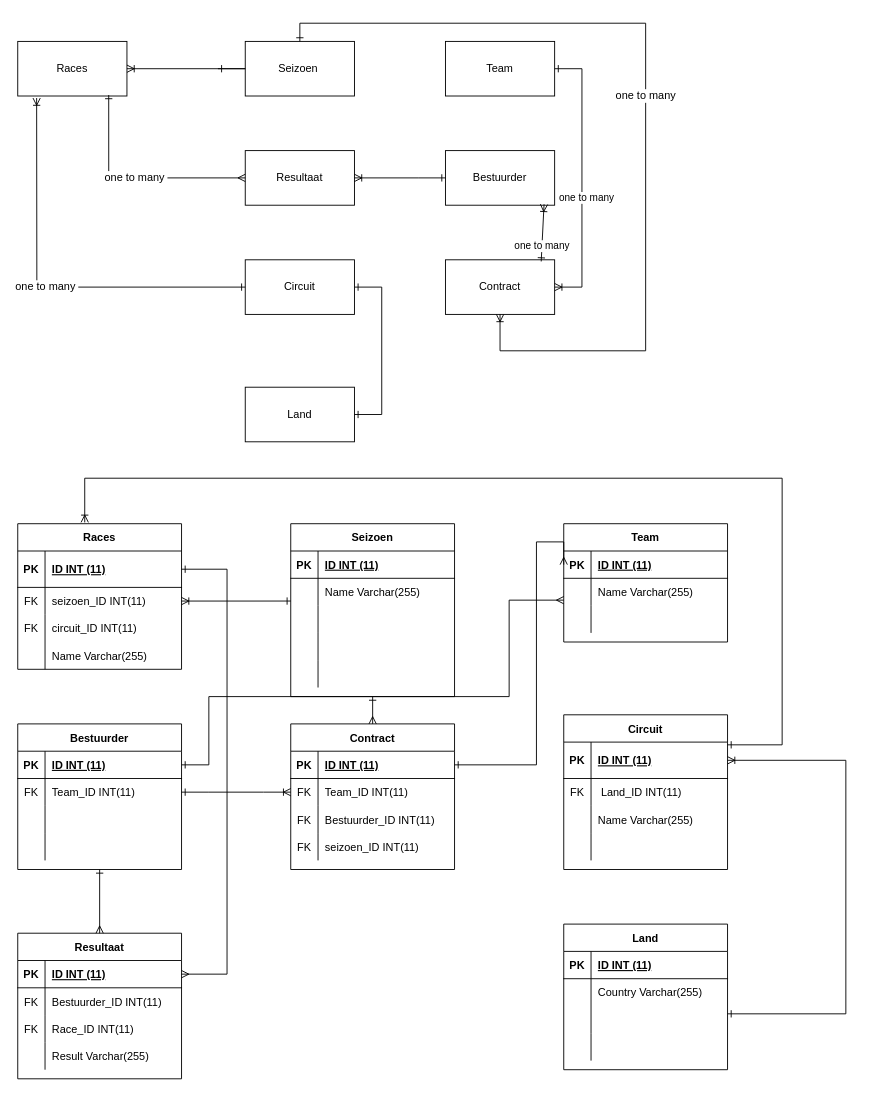
Above: Untitled Diagram.drawio in Thijmen-Stegenga/ERD (draw.io), before the change. Source tidied: cells renumbered, new cells numbered last; positions are measured from the earlier drawing's top-left corner, leaving out a move shared by most shapes. Both pictures are drawn from the tidied source at 91%, with x=0, y=0 at pixel (17, 23).
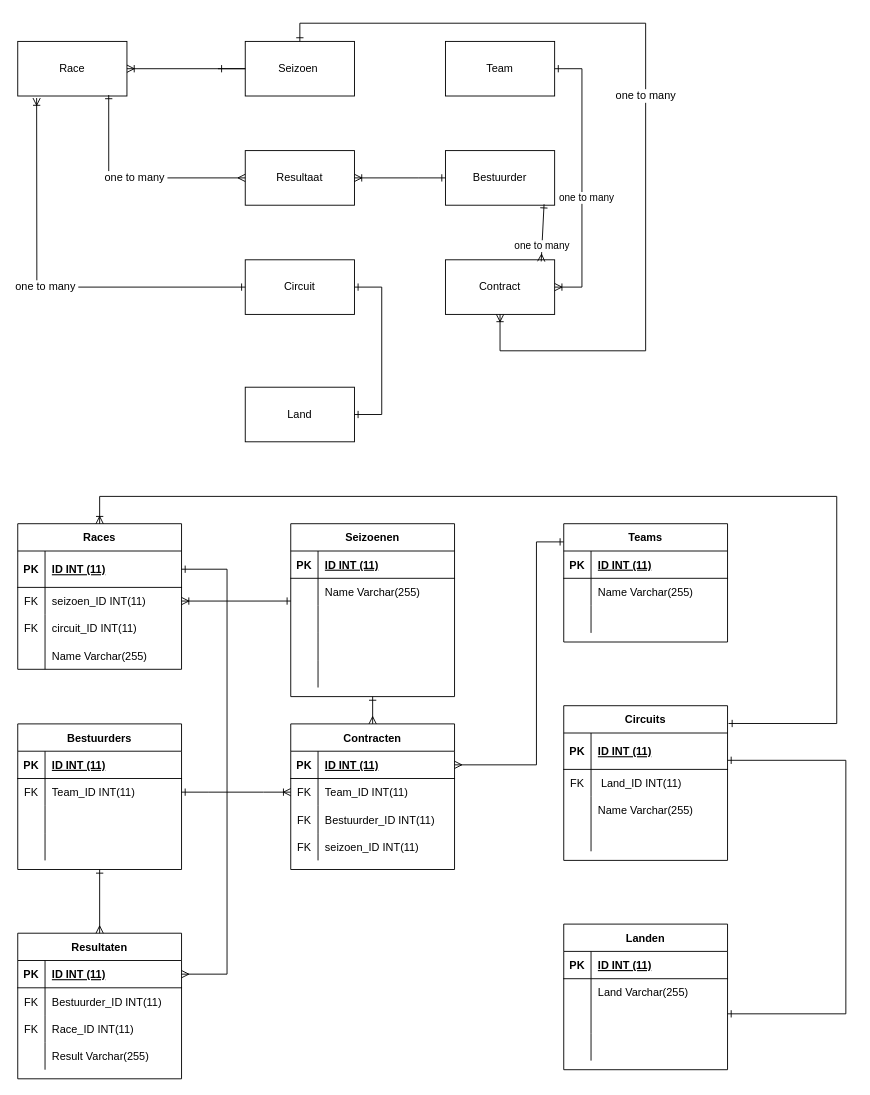
The same diagram, later.

The change refers to these unchanged cells:
```xml
<mxCell id="4" value="Bestuurder" style="rounded=0;whiteSpace=wrap;html=1;" parent="1" vertex="1">
  <mxGeometry x="470" y="140" width="120" height="60" as="geometry" />
</mxCell>
<mxCell id="5" value="Contract" style="rounded=0;whiteSpace=wrap;html=1;" parent="1" vertex="1">
  <mxGeometry x="470" y="260" width="120" height="60" as="geometry" />
</mxCell>
<mxCell id="19" value="Races" style="shape=table;startSize=30;childLayout=tableLayout;rowLines=0;fontStyle=1;align=center;" parent="1" vertex="1">
  <mxGeometry y="550" width="180" height="160" as="geometry" />
</mxCell>
<mxCell id="33" style="shape=tableRow;horizontal=0;startSize=0;swimlaneHead=0;swimlaneBody=0;fillColor=none;points=[[0,0.5],[1,0.5]];portConstraint=eastwest;top=0;left=0;right=0;bottom=1;" parent="32" vertex="1">
  <mxGeometry y="30" width="180" height="40" as="geometry" />
</mxCell>
<mxCell id="49" style="shape=tableRow;horizontal=0;startSize=0;swimlaneHead=0;swimlaneBody=0;fillColor=none;top=0;left=0;right=0;bottom=0;" parent="45" vertex="1">
  <mxGeometry y="60" width="180" height="30" as="geometry" />
</mxCell>
<mxCell id="52" style="shape=tableRow;horizontal=0;startSize=0;swimlaneHead=0;swimlaneBody=0;fillColor=none;points=[[0,0.5],[1,0.5]];portConstraint=eastwest;top=0;left=0;right=0;bottom=0;" parent="45" vertex="1">
  <mxGeometry y="90" width="180" height="30" as="geometry" />
</mxCell>
<mxCell id="75" style="shape=tableRow;horizontal=0;startSize=0;swimlaneHead=0;swimlaneBody=0;fillColor=none;points=[[0,0.5],[1,0.5]];portConstraint=eastwest;top=0;left=0;right=0;bottom=1;" parent="74" vertex="1">
  <mxGeometry y="30" width="180" height="30" as="geometry" />
</mxCell>
<mxCell id="78" style="shape=tableRow;horizontal=0;startSize=0;swimlaneHead=0;swimlaneBody=0;fillColor=none;points=[[0,0.5],[1,0.5]];portConstraint=eastwest;top=0;left=0;right=0;bottom=0;" parent="74" vertex="1">
  <mxGeometry y="60" width="180" height="30" as="geometry" />
</mxCell>
<mxCell id="85" style="shape=tableRow;horizontal=0;startSize=0;swimlaneHead=0;swimlaneBody=0;fillColor=none;points=[[0,0.5],[1,0.5]];portConstraint=eastwest;top=0;left=0;right=0;bottom=1;" parent="84" vertex="1">
  <mxGeometry y="30" width="180" height="30" as="geometry" />
</mxCell>
<mxCell id="98" style="shape=tableRow;horizontal=0;startSize=0;swimlaneHead=0;swimlaneBody=0;fillColor=none;points=[[0,0.5],[1,0.5]];portConstraint=eastwest;top=0;left=0;right=0;bottom=1;" parent="97" vertex="1">
  <mxGeometry y="30" width="180" height="30" as="geometry" />
</mxCell>
```

Change to the diagram source:
```diff
@@
-    <mxCell id="2" value="Races" style="rounded=0;whiteSpace=wrap;html=1;" parent="1" vertex="1">
+    <mxCell id="2" value="Race" style="rounded=0;whiteSpace=wrap;html=1;" parent="1" vertex="1">
       <mxGeometry y="20" width="120" height="60" as="geometry" />
     </mxCell>
@@
-    <mxCell id="15" style="fontSize=12;html=1;endArrow=ERoneToMany;rounded=0;targetPerimeterSpacing=1;entryX=0.903;entryY=0.983;entryDx=0;entryDy=0;entryPerimeter=0;exitX=0.877;exitY=0.03;exitDx=0;exitDy=0;exitPerimeter=0;startArrow=ERone;startFill=0;" parent="1" edge="1" source="5" target="4">
+    <mxCell id="15" style="fontSize=12;html=1;endArrow=ERone;rounded=0;targetPerimeterSpacing=1;entryX=0.903;entryY=0.983;entryDx=0;entryDy=0;entryPerimeter=0;exitX=0.877;exitY=0.03;exitDx=0;exitDy=0;exitPerimeter=0;startArrow=ERmany;startFill=0;endFill=0;" parent="1" edge="1" source="5" target="4">
       <mxGeometry relative="1" as="geometry" />
     </mxCell>
@@
-    <mxCell id="32" value="Circuit" style="shape=table;startSize=30;childLayout=tableLayout;rowLines=0;fontStyle=1;align=center;" parent="1" vertex="1">
-      <mxGeometry x="600" y="760" width="180" height="170" as="geometry" />
+    <mxCell id="32" value="Circuits" style="shape=table;startSize=30;childLayout=tableLayout;rowLines=0;fontStyle=1;align=center;" parent="1" vertex="1">
+      <mxGeometry x="600" y="750" width="180" height="170" as="geometry" />
     </mxCell>
@@
-    <mxCell id="45" value="Land" style="shape=table;startSize=30;childLayout=tableLayout;rowLines=0;fontStyle=1;align=center;" parent="1" vertex="1">
+    <mxCell id="45" value="Landen" style="shape=table;startSize=30;childLayout=tableLayout;rowLines=0;fontStyle=1;align=center;" parent="1" vertex="1">
       <mxGeometry x="600" y="990" width="180" height="160" as="geometry" />
     </mxCell>
@@
-    <mxCell id="51" value="Country Varchar(255)" style="shape=partialRectangle;fillColor=none;top=0;left=0;bottom=0;right=0;align=left;spacingLeft=6;overflow=hidden;" parent="49" vertex="1">
+    <mxCell id="51" value="Land Varchar(255)" style="shape=partialRectangle;fillColor=none;top=0;left=0;bottom=0;right=0;align=left;spacingLeft=6;overflow=hidden;" parent="49" vertex="1">
       <mxGeometry x="30" width="150" height="30" as="geometry" />
     </mxCell>
@@
-    <mxCell id="58" value="Seizoen" style="shape=table;startSize=30;childLayout=tableLayout;rowLines=0;fontStyle=1;align=center;" parent="1" vertex="1">
+    <mxCell id="58" value="Seizoenen" style="shape=table;startSize=30;childLayout=tableLayout;rowLines=0;fontStyle=1;align=center;" parent="1" vertex="1">
       <mxGeometry x="300" y="550" width="180" height="190" as="geometry" />
     </mxCell>
@@
-    <mxCell id="74" value="Team" style="shape=table;startSize=30;childLayout=tableLayout;rowLines=0;fontStyle=1;align=center;" parent="1" vertex="1">
+    <mxCell id="74" value="Teams" style="shape=table;startSize=30;childLayout=tableLayout;rowLines=0;fontStyle=1;align=center;" parent="1" vertex="1">
       <mxGeometry x="600" y="550" width="180" height="130" as="geometry" />
     </mxCell>
@@
-    <mxCell id="84" value="Contract" style="shape=table;startSize=30;childLayout=tableLayout;rowLines=0;fontStyle=1;align=center;" parent="1" vertex="1">
+    <mxCell id="84" value="Contracten" style="shape=table;startSize=30;childLayout=tableLayout;rowLines=0;fontStyle=1;align=center;" parent="1" vertex="1">
       <mxGeometry x="300" y="770" width="180" height="160" as="geometry" />
     </mxCell>
@@
-    <mxCell id="97" value="Bestuurder" style="shape=table;startSize=30;childLayout=tableLayout;rowLines=0;fontStyle=1;align=center;" parent="1" vertex="1">
+    <mxCell id="97" value="Bestuurders" style="shape=table;startSize=30;childLayout=tableLayout;rowLines=0;fontStyle=1;align=center;" parent="1" vertex="1">
       <mxGeometry y="770" width="180" height="160" as="geometry" />
     </mxCell>
@@
-    <mxCell id="110" value="Resultaat" style="shape=table;startSize=30;childLayout=tableLayout;rowLines=0;fontStyle=1;align=center;" parent="1" vertex="1">
+    <mxCell id="110" value="Resultaten" style="shape=table;startSize=30;childLayout=tableLayout;rowLines=0;fontStyle=1;align=center;" parent="1" vertex="1">
       <mxGeometry y="1000" width="180" height="160" as="geometry" />
     </mxCell>
@@
-    <mxCell id="123" style="fontSize=12;html=1;endArrow=ERmany;rounded=0;edgeStyle=orthogonalEdgeStyle;exitX=1;exitY=0.5;exitDx=0;exitDy=0;entryX=0;entryY=0.5;entryDx=0;entryDy=0;startArrow=ERone;startFill=0;" parent="1" edge="1" source="85" target="75">
+    <mxCell id="123" style="fontSize=12;html=1;endArrow=ERone;rounded=0;edgeStyle=orthogonalEdgeStyle;exitX=1;exitY=0.5;exitDx=0;exitDy=0;startArrow=ERmany;startFill=0;endFill=0;" parent="1" edge="1" source="85">
       <mxGeometry relative="1" as="geometry">
+        <mxPoint x="600" y="570" as="targetPoint" />
         <Array as="points">
           <mxPoint x="570" y="815" />
           <mxPoint x="570" y="570" />
           <mxPoint x="600" y="570" />
         </Array>
       </mxGeometry>
     </mxCell>
-    <mxCell id="124" style="edgeStyle=orthogonalEdgeStyle;fontSize=12;html=1;endArrow=ERmany;rounded=0;exitX=1;exitY=0.5;exitDx=0;exitDy=0;startArrow=ERone;startFill=0;" parent="1" edge="1" source="98" target="78">
-      <mxGeometry relative="1" as="geometry">
-        <Array as="points">
-          <mxPoint x="210" y="815" />
-          <mxPoint x="210" y="740" />
-          <mxPoint x="540" y="740" />
-          <mxPoint x="540" y="634" />
-        </Array>
-      </mxGeometry>
-    </mxCell>
@@
-    <mxCell id="130" style="edgeStyle=orthogonalEdgeStyle;fontSize=12;html=1;endArrow=ERoneToMany;rounded=0;exitX=1;exitY=0.287;exitDx=0;exitDy=0;exitPerimeter=0;startArrow=ERone;startFill=0;entryX=1;entryY=0.5;entryDx=0;entryDy=0;" parent="1" edge="1" source="52" target="33">
+    <mxCell id="130" style="edgeStyle=orthogonalEdgeStyle;fontSize=12;html=1;endArrow=ERone;rounded=0;exitX=1;exitY=0.287;exitDx=0;exitDy=0;exitPerimeter=0;startArrow=ERone;startFill=0;endFill=0;" parent="1" edge="1" source="52">
       <mxGeometry relative="1" as="geometry">
+        <mxPoint x="780" y="810" as="targetPoint" />
         <Array as="points">
           <mxPoint x="910" y="1089" />
           <mxPoint x="910" y="810" />
         </Array>
       </mxGeometry>
     </mxCell>
-    <mxCell id="131" style="edgeStyle=orthogonalEdgeStyle;fontSize=12;html=1;endArrow=ERoneToMany;rounded=0;entryX=0.409;entryY=-0.009;entryDx=0;entryDy=0;entryPerimeter=0;startArrow=ERone;startFill=0;" parent="1" edge="1" target="19">
-      <mxGeometry relative="1" as="geometry">
-        <mxPoint x="780" y="793" as="sourcePoint" />
-        <Array as="points">
-          <mxPoint x="840" y="793" />
-          <mxPoint x="840" y="500" />
-          <mxPoint x="74" y="500" />
-        </Array>
-      </mxGeometry>
-    </mxCell>
@@
+    <mxCell id="133" style="edgeStyle=orthogonalEdgeStyle;fontSize=12;html=1;endArrow=ERoneToMany;rounded=0;entryX=0.5;entryY=0;entryDx=0;entryDy=0;exitX=1.006;exitY=0.115;exitDx=0;exitDy=0;exitPerimeter=0;startArrow=ERone;startFill=0;" parent="1" edge="1" source="32" target="19">
+      <mxGeometry relative="1" as="geometry">
+        <Array as="points">
+          <mxPoint x="900" y="770" />
+          <mxPoint x="900" y="520" />
+          <mxPoint x="90" y="520" />
+        </Array>
+      </mxGeometry>
+    </mxCell>
```
